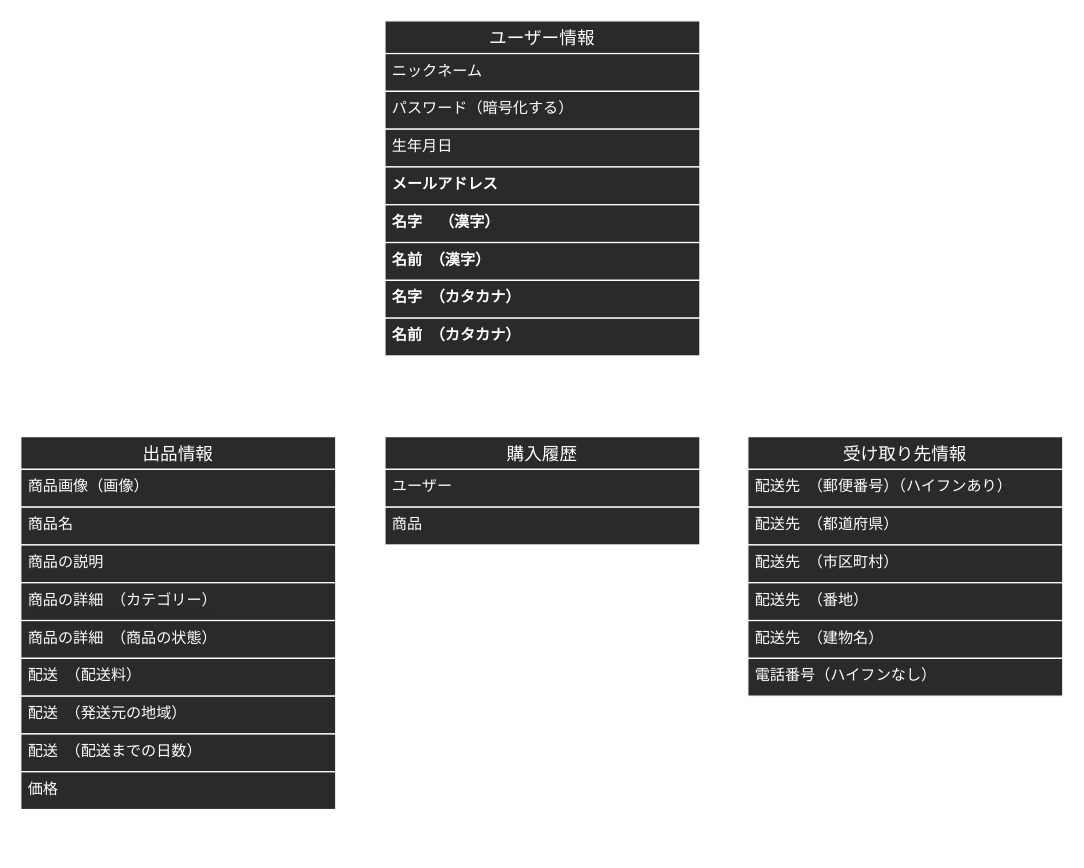
The draw.io diagram readme.dio in takumi19910112/furima-38533, before the edit. Source tidied: cells renumbered, new cells numbered last; positions are measured from the earlier drawing's top-left corner, leaving out a move shared by most shapes. Both pictures are drawn from the tidied source at 126%, with x=0, y=0 at pixel (20, 20).
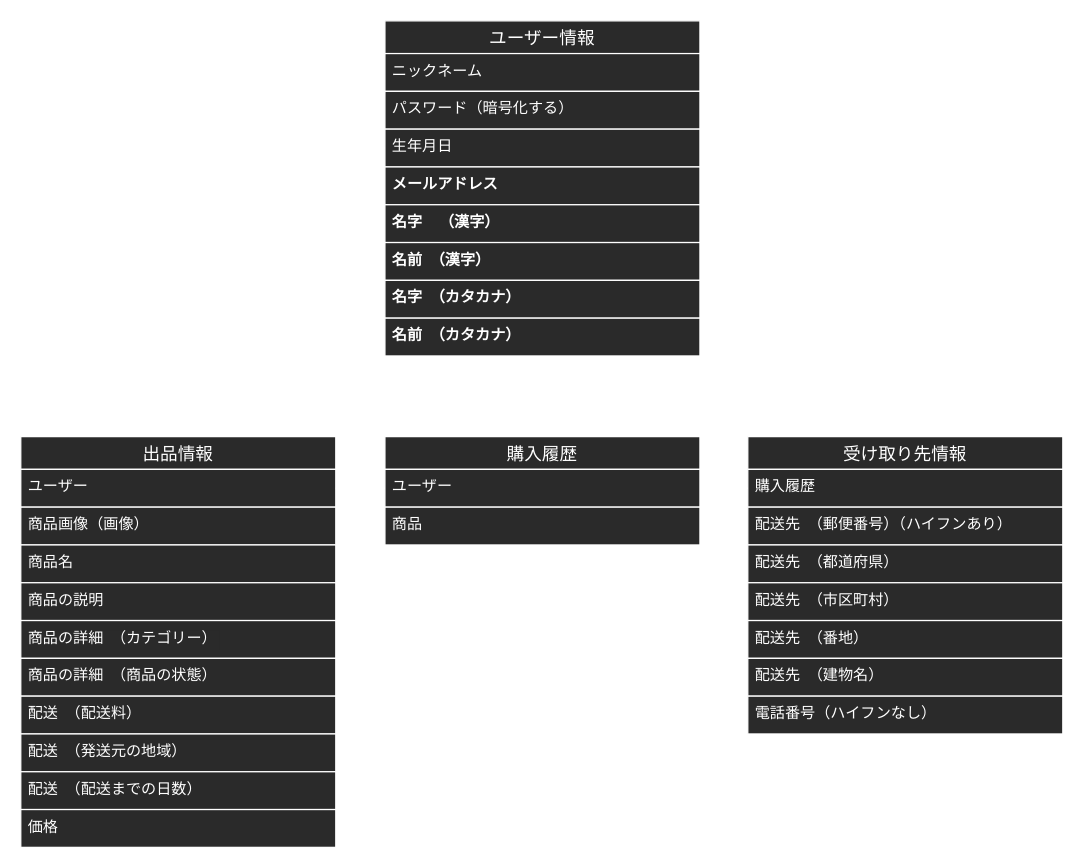
After the change.

Commit message (it also covers changes not shown here):
さらにER図の修正

Unchanged cells that the change refers to:
```xml
<mxCell id="31" value="ユーザー" style="text;strokeColor=#FFFFFF;fillColor=#2A2A2A;spacingLeft=4;spacingRight=4;overflow=hidden;points=[[0,0.5],[1,0.5]];portConstraint=eastwest;fontSize=12;fontColor=#FFFFFF;" parent="30" vertex="1">
  <mxGeometry y="26" width="250" height="30" as="geometry" />
</mxCell>
```

Diff of the diagram source:
```diff
@@
     <mxCell id="12" value="出品情報" style="swimlane;fontStyle=0;horizontal=1;startSize=26;align=center;fontSize=14;fillColor=#2A2A2A;strokeColor=#FFFFFF;fontColor=#FFFFFF;" parent="1" vertex="1">
-      <mxGeometry y="330" width="250" height="296" as="geometry" />
+      <mxGeometry y="330" width="250" height="326" as="geometry" />
     </mxCell>
+    <mxCell id="35" value="ユーザー" style="text;strokeColor=#FFFFFF;fillColor=#2A2A2A;spacingLeft=4;spacingRight=4;overflow=hidden;fontSize=12;fontColor=#FFFFFF;" parent="12" vertex="1">
+      <mxGeometry y="26" width="250" height="30" as="geometry" />
+    </mxCell>
     <mxCell id="13" value="商品画像（画像）" style="text;strokeColor=#FFFFFF;fillColor=#2A2A2A;spacingLeft=4;spacingRight=4;overflow=hidden;points=[[0,0.5],[1,0.5]];portConstraint=eastwest;fontSize=12;fontColor=#FFFFFF;" parent="12" vertex="1">
-      <mxGeometry y="26" width="250" height="30" as="geometry" />
+      <mxGeometry y="56" width="250" height="30" as="geometry" />
     </mxCell>
     <mxCell id="14" value="商品名" style="text;strokeColor=#FFFFFF;fillColor=#2A2A2A;spacingLeft=4;spacingRight=4;overflow=hidden;fontSize=12;fontColor=#FFFFFF;" parent="12" vertex="1">
-      <mxGeometry y="56" width="250" height="30" as="geometry" />
+      <mxGeometry y="86" width="250" height="30" as="geometry" />
     </mxCell>
     <mxCell id="15" value="商品の説明" style="text;strokeColor=#FFFFFF;fillColor=#2A2A2A;spacingLeft=4;spacingRight=4;overflow=hidden;fontSize=12;fontColor=#FFFFFF;" parent="12" vertex="1">
-      <mxGeometry y="86" width="250" height="30" as="geometry" />
+      <mxGeometry y="116" width="250" height="30" as="geometry" />
     </mxCell>
     <mxCell id="16" value="商品の詳細　（カテゴリー）" style="text;strokeColor=#FFFFFF;fillColor=#2A2A2A;spacingLeft=4;spacingRight=4;overflow=hidden;fontSize=12;fontColor=#FFFFFF;labelBackgroundColor=#2A2A2A;" parent="12" vertex="1">
-      <mxGeometry y="116" width="250" height="30" as="geometry" />
+      <mxGeometry y="146" width="250" height="30" as="geometry" />
     </mxCell>
     <mxCell id="17" value="商品の詳細　（商品の状態）" style="text;strokeColor=#FFFFFF;fillColor=#2A2A2A;spacingLeft=4;spacingRight=4;overflow=hidden;fontSize=12;fontColor=#FFFFFF;" parent="12" vertex="1">
-      <mxGeometry y="146" width="250" height="30" as="geometry" />
+      <mxGeometry y="176" width="250" height="30" as="geometry" />
     </mxCell>
     <mxCell id="18" value="配送　（配送料）" style="text;strokeColor=#FFFFFF;fillColor=#2A2A2A;spacingLeft=4;spacingRight=4;overflow=hidden;fontSize=12;fontColor=#FFFFFF;" parent="12" vertex="1">
-      <mxGeometry y="176" width="250" height="30" as="geometry" />
+      <mxGeometry y="206" width="250" height="30" as="geometry" />
     </mxCell>
     <mxCell id="19" value="配送　（発送元の地域）" style="text;strokeColor=#FFFFFF;fillColor=#2A2A2A;spacingLeft=4;spacingRight=4;overflow=hidden;fontSize=12;fontColor=#FFFFFF;" parent="12" vertex="1">
-      <mxGeometry y="206" width="250" height="30" as="geometry" />
+      <mxGeometry y="236" width="250" height="30" as="geometry" />
     </mxCell>
     <mxCell id="20" value="配送　（配送までの日数）" style="text;strokeColor=#FFFFFF;fillColor=#2A2A2A;spacingLeft=4;spacingRight=4;overflow=hidden;fontSize=12;fontColor=#FFFFFF;" parent="12" vertex="1">
-      <mxGeometry y="236" width="250" height="30" as="geometry" />
+      <mxGeometry y="266" width="250" height="30" as="geometry" />
     </mxCell>
     <mxCell id="21" value="価格" style="text;strokeColor=#FFFFFF;fillColor=#2A2A2A;spacingLeft=4;spacingRight=4;overflow=hidden;fontSize=12;fontColor=#FFFFFF;" parent="12" vertex="1">
-      <mxGeometry y="266" width="250" height="30" as="geometry" />
+      <mxGeometry y="296" width="250" height="30" as="geometry" />
     </mxCell>
     <mxCell id="22" value="受け取り先情報" style="swimlane;fontStyle=0;horizontal=1;startSize=26;align=center;fontSize=14;fillColor=#2A2A2A;strokeColor=#FFFFFF;fontColor=#FFFFFF;" parent="1" vertex="1">
-      <mxGeometry x="577" y="330" width="250" height="206" as="geometry" />
+      <mxGeometry x="577" y="330" width="250" height="236" as="geometry" />
     </mxCell>
+    <mxCell id="36" value="購入履歴" style="text;strokeColor=#FFFFFF;fillColor=#2A2A2A;spacingLeft=4;spacingRight=4;overflow=hidden;points=[[0,0.5],[1,0.5]];portConstraint=eastwest;fontSize=12;fontColor=#FFFFFF;" parent="22" vertex="1">
+      <mxGeometry y="26" width="250" height="30" as="geometry" />
+    </mxCell>
     <mxCell id="23" value="配送先　（郵便番号）（ハイフンあり）" style="text;strokeColor=#FFFFFF;fillColor=#2A2A2A;spacingLeft=4;spacingRight=4;overflow=hidden;points=[[0,0.5],[1,0.5]];portConstraint=eastwest;fontSize=12;fontColor=#FFFFFF;" parent="22" vertex="1">
-      <mxGeometry y="26" width="250" height="30" as="geometry" />
+      <mxGeometry y="56" width="250" height="30" as="geometry" />
     </mxCell>
     <mxCell id="24" value="配送先　（都道府県）" style="text;strokeColor=#FFFFFF;fillColor=#2A2A2A;spacingLeft=4;spacingRight=4;overflow=hidden;fontSize=12;fontColor=#FFFFFF;" parent="22" vertex="1">
-      <mxGeometry y="56" width="250" height="30" as="geometry" />
+      <mxGeometry y="86" width="250" height="30" as="geometry" />
     </mxCell>
     <mxCell id="25" value="配送先　（市区町村）" style="text;strokeColor=#FFFFFF;fillColor=#2A2A2A;spacingLeft=4;spacingRight=4;overflow=hidden;fontSize=12;fontColor=#FFFFFF;" parent="22" vertex="1">
-      <mxGeometry y="86" width="250" height="30" as="geometry" />
+      <mxGeometry y="116" width="250" height="30" as="geometry" />
     </mxCell>
     <mxCell id="26" value="配送先　（番地）" style="text;strokeColor=#FFFFFF;fillColor=#2A2A2A;spacingLeft=4;spacingRight=4;overflow=hidden;fontSize=12;fontColor=#FFFFFF;" parent="22" vertex="1">
-      <mxGeometry y="116" width="250" height="30" as="geometry" />
+      <mxGeometry y="146" width="250" height="30" as="geometry" />
     </mxCell>
     <mxCell id="27" value="配送先　（建物名）" style="text;strokeColor=#FFFFFF;fillColor=#2A2A2A;spacingLeft=4;spacingRight=4;overflow=hidden;fontSize=12;fontColor=#FFFFFF;" parent="22" vertex="1">
-      <mxGeometry y="146" width="250" height="30" as="geometry" />
+      <mxGeometry y="176" width="250" height="30" as="geometry" />
     </mxCell>
     <mxCell id="28" value="電話番号（ハイフンなし）" style="text;strokeColor=#FFFFFF;fillColor=#2A2A2A;spacingLeft=4;spacingRight=4;overflow=hidden;fontSize=12;fontColor=#FFFFFF;" parent="22" vertex="1">
-      <mxGeometry y="176" width="250" height="30" as="geometry" />
+      <mxGeometry y="206" width="250" height="30" as="geometry" />
     </mxCell>
-    <mxCell id="29" style="edgeStyle=none;rounded=0;html=1;exitX=1;exitY=0.5;exitDx=0;exitDy=0;entryX=0;entryY=0.5;entryDx=0;entryDy=0;startArrow=ERone;startFill=0;endArrow=ERone;endFill=0;strokeColor=#FFFFFF;" parent="1" edge="1" source="31" target="23">
+    <mxCell id="29" style="edgeStyle=none;rounded=0;html=1;exitX=1;exitY=0.5;exitDx=0;exitDy=0;startArrow=ERone;startFill=0;endArrow=ERone;endFill=0;strokeColor=#FFFFFF;entryX=0;entryY=0.5;entryDx=0;entryDy=0;" parent="1" edge="1" source="31" target="36">
       <mxGeometry relative="1" as="geometry" />
     </mxCell>
@@
-    <mxCell id="34" style="edgeStyle=none;rounded=0;html=1;exitX=1;exitY=0.5;exitDx=0;exitDy=0;entryX=0;entryY=0.5;entryDx=0;entryDy=0;startArrow=ERone;startFill=0;endArrow=ERzeroToOne;endFill=0;strokeColor=#FFFFFF;" parent="1" edge="1" source="13" target="31">
-      <mxGeometry relative="1" as="geometry" />
+    <mxCell id="34" style="edgeStyle=none;rounded=0;html=1;entryX=0;entryY=0.5;entryDx=0;entryDy=0;startArrow=ERone;startFill=0;endArrow=ERzeroToOne;endFill=0;strokeColor=#FFFFFF;" parent="1" edge="1" target="31">
+      <mxGeometry relative="1" as="geometry">
+        <mxPoint x="250" y="371" as="sourcePoint" />
+      </mxGeometry>
     </mxCell>
```
